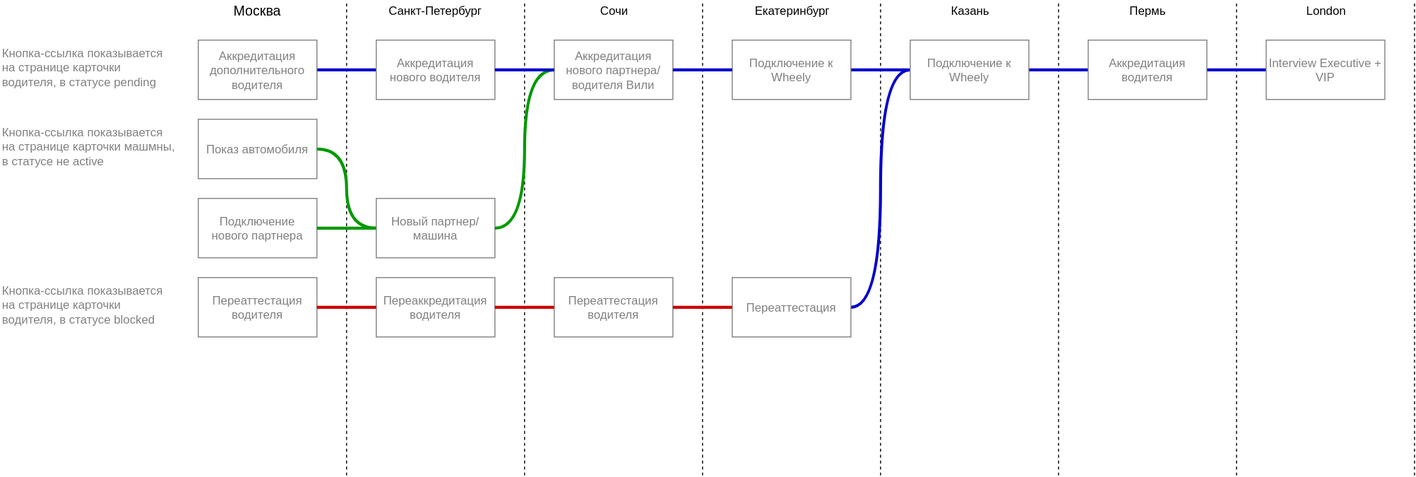
This is reservio.svg from ajile/draw-io, a draw.io export, as it was before one commit. Source tidied: cells renumbered, new cells last; positions are measured from the earlier drawing's top-left corner, leaving out a move shared by most shapes.
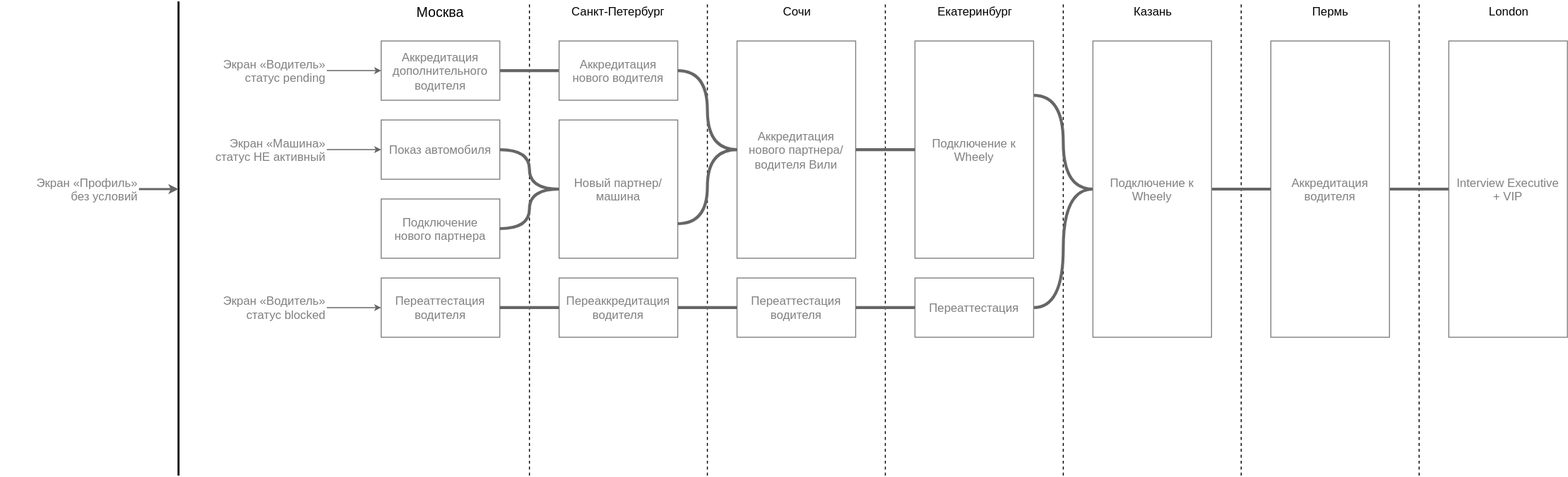
After the change.

Diff of the diagram source:
```diff
@@ -12,7 +12,7 @@
         <mxPoint x="350" as="targetPoint" />
       </mxGeometry>
     </mxCell>
-    <mxCell id="5" style="edgeStyle=orthogonalEdgeStyle;curved=1;rounded=0;html=1;entryX=0;entryY=0.5;startSize=2;endArrow=none;endFill=0;endSize=2;jettySize=auto;strokeColor=#0000CC;strokeWidth=3;fontSize=12;fontColor=#808080;" parent="2" edge="1" source="6" target="14">
+    <mxCell id="5" style="edgeStyle=orthogonalEdgeStyle;curved=1;rounded=0;html=1;entryX=0;entryY=0.5;startSize=2;endArrow=none;endFill=0;endSize=2;jettySize=auto;strokeColor=#666666;strokeWidth=3;fontSize=12;fontColor=#808080;" parent="2" edge="1" source="6" target="14">
       <mxGeometry relative="1" as="geometry" />
     </mxCell>
     <mxCell id="6" value="Аккредитация дополнительного водителя" style="rounded=0;whiteSpace=wrap;html=1;strokeColor=#808080;fontColor=#808080;fontSize=12;" parent="2" vertex="1">
@@ -24,7 +24,7 @@
     <mxCell id="8" value="Переаттестация водителя" style="rounded=0;whiteSpace=wrap;html=1;strokeColor=#808080;fontColor=#808080;fontSize=12;" parent="2" vertex="1">
       <mxGeometry x="200" y="280" width="120" height="60" as="geometry" />
     </mxCell>
-    <mxCell id="9" style="edgeStyle=orthogonalEdgeStyle;rounded=0;html=1;entryX=0;entryY=0.5;jettySize=auto;fontSize=12;fontColor=#808080;strokeColor=#009900;strokeWidth=3;curved=1;startSize=2;endSize=2;endArrow=none;endFill=0;" parent="2" edge="1" source="10" target="13">
+    <mxCell id="9" style="edgeStyle=orthogonalEdgeStyle;rounded=0;html=1;entryX=0;entryY=0.5;jettySize=auto;fontSize=12;fontColor=#808080;strokeColor=#666666;strokeWidth=3;curved=1;startSize=2;endSize=2;endArrow=none;endFill=0;" parent="2" edge="1" source="10" target="13">
       <mxGeometry relative="1" as="geometry" />
     </mxCell>
     <mxCell id="10" value="Показ автомобиля" style="rounded=0;whiteSpace=wrap;html=1;strokeColor=#808080;fontColor=#808080;fontSize=12;" parent="2" vertex="1">
@@ -40,7 +40,7 @@
       </mxGeometry>
     </mxCell>
     <mxCell id="13" value="Новый партнер/машина" style="rounded=0;whiteSpace=wrap;html=1;strokeColor=#808080;fontColor=#808080;fontSize=12;" parent="2" vertex="1">
-      <mxGeometry x="380" y="200" width="120" height="60" as="geometry" />
+      <mxGeometry x="380" y="120" width="120" height="140" as="geometry" />
     </mxCell>
     <mxCell id="14" value="Аккредитация нового водителя" style="rounded=0;whiteSpace=wrap;html=1;strokeColor=#808080;fontColor=#808080;fontSize=12;" parent="2" vertex="1">
       <mxGeometry x="380" y="40" width="120" height="60" as="geometry" />
@@ -61,7 +61,7 @@
       <mxGeometry x="560" y="280" width="120" height="60" as="geometry" />
     </mxCell>
     <mxCell id="19" value="Аккредитация нового партнера/водителя Вили" style="rounded=0;whiteSpace=wrap;html=1;strokeColor=#808080;fontColor=#808080;fontSize=12;" parent="2" vertex="1">
-      <mxGeometry x="560" y="40" width="120" height="60" as="geometry" />
+      <mxGeometry x="560" y="40" width="120" height="220" as="geometry" />
     </mxCell>
     <mxCell id="20" value="&lt;div style=&quot;text-align: left&quot;&gt;&lt;span&gt;Екатеринбург&lt;/span&gt;&lt;br&gt;&lt;/div&gt;" style="text;html=1;strokeColor=none;fillColor=none;align=center;verticalAlign=middle;whiteSpace=wrap;" parent="2" vertex="1">
       <mxGeometry x="740" width="120" height="20" as="geometry" />
@@ -72,17 +72,22 @@
         <mxPoint x="890" as="targetPoint" />
       </mxGeometry>
     </mxCell>
-    <mxCell id="22" style="edgeStyle=orthogonalEdgeStyle;curved=1;rounded=0;html=1;entryX=0;entryY=0.5;startSize=2;endArrow=none;endFill=0;endSize=2;jettySize=auto;strokeColor=#0000CC;strokeWidth=3;fontSize=12;fontColor=#808080;" parent="2" edge="1" source="23" target="29">
+    <mxCell id="22" style="edgeStyle=orthogonalEdgeStyle;curved=1;rounded=0;html=1;entryX=0;entryY=0.5;startSize=2;endArrow=none;endFill=0;endSize=2;jettySize=auto;strokeColor=#666666;strokeWidth=3;fontSize=12;fontColor=#808080;" parent="2" edge="1" source="23" target="29">
       <mxGeometry relative="1" as="geometry" />
     </mxCell>
     <mxCell id="23" value="Переаттестация" style="rounded=0;whiteSpace=wrap;html=1;strokeColor=#808080;fontColor=#808080;fontSize=12;" parent="2" vertex="1">
       <mxGeometry x="740" y="280" width="120" height="60" as="geometry" />
     </mxCell>
-    <mxCell id="24" style="edgeStyle=orthogonalEdgeStyle;curved=1;rounded=0;html=1;entryX=0;entryY=0.5;startSize=2;endArrow=none;endFill=0;endSize=2;jettySize=auto;strokeColor=#0000CC;strokeWidth=3;fontSize=12;fontColor=#808080;" parent="2" edge="1" source="25" target="29">
-      <mxGeometry relative="1" as="geometry" />
+    <mxCell id="24" style="edgeStyle=orthogonalEdgeStyle;curved=1;rounded=0;html=1;entryX=0;entryY=0.5;startSize=2;endArrow=none;endFill=0;endSize=2;jettySize=auto;strokeColor=#666666;strokeWidth=3;fontSize=12;fontColor=#808080;exitX=1;exitY=0.25;" parent="2" edge="1" source="25" target="29">
+      <mxGeometry relative="1" as="geometry">
+        <Array as="points">
+          <mxPoint x="890" y="95" />
+          <mxPoint x="890" y="190" />
+        </Array>
+      </mxGeometry>
     </mxCell>
     <mxCell id="25" value="Подключение к Wheely" style="rounded=0;whiteSpace=wrap;html=1;strokeColor=#808080;fontColor=#808080;fontSize=12;" parent="2" vertex="1">
-      <mxGeometry x="740" y="40" width="120" height="60" as="geometry" />
+      <mxGeometry x="740" y="40" width="120" height="220" as="geometry" />
     </mxCell>
     <mxCell id="26" value="&lt;div style=&quot;text-align: left&quot;&gt;Казань&lt;br&gt;&lt;/div&gt;" style="text;html=1;strokeColor=none;fillColor=none;align=center;verticalAlign=middle;whiteSpace=wrap;" parent="2" vertex="1">
       <mxGeometry x="920" width="120" height="20" as="geometry" />
@@ -93,11 +98,11 @@
         <mxPoint x="1070" as="targetPoint" />
       </mxGeometry>
     </mxCell>
-    <mxCell id="28" style="edgeStyle=orthogonalEdgeStyle;curved=1;rounded=0;html=1;startSize=2;endArrow=none;endFill=0;endSize=2;jettySize=auto;strokeColor=#0000CC;strokeWidth=3;fontSize=12;fontColor=#808080;" parent="2" edge="1" source="29" target="33">
+    <mxCell id="28" style="edgeStyle=orthogonalEdgeStyle;curved=1;rounded=0;html=1;startSize=2;endArrow=none;endFill=0;endSize=2;jettySize=auto;strokeColor=#666666;strokeWidth=3;fontSize=12;fontColor=#808080;" parent="2" edge="1" source="29" target="33">
       <mxGeometry relative="1" as="geometry" />
     </mxCell>
     <mxCell id="29" value="Подключение к Wheely" style="rounded=0;whiteSpace=wrap;html=1;strokeColor=#808080;fontColor=#808080;fontSize=12;" parent="2" vertex="1">
-      <mxGeometry x="920" y="40" width="120" height="60" as="geometry" />
+      <mxGeometry x="920" y="40" width="120" height="300" as="geometry" />
     </mxCell>
     <mxCell id="30" value="&lt;div style=&quot;text-align: left&quot;&gt;Пермь&lt;br&gt;&lt;/div&gt;" style="text;html=1;strokeColor=none;fillColor=none;align=center;verticalAlign=middle;whiteSpace=wrap;" parent="2" vertex="1">
       <mxGeometry x="1100" width="120" height="20" as="geometry" />
@@ -108,53 +113,75 @@
         <mxPoint x="1250" as="targetPoint" />
       </mxGeometry>
     </mxCell>
-    <mxCell id="32" style="edgeStyle=orthogonalEdgeStyle;curved=1;rounded=0;html=1;startSize=2;endArrow=none;endFill=0;endSize=2;jettySize=auto;strokeColor=#0000CC;strokeWidth=3;fontSize=12;fontColor=#808080;" parent="2" edge="1" source="33" target="36">
+    <mxCell id="32" style="edgeStyle=orthogonalEdgeStyle;curved=1;rounded=0;html=1;startSize=2;endArrow=none;endFill=0;endSize=2;jettySize=auto;strokeColor=#666666;strokeWidth=3;fontSize=12;fontColor=#808080;" parent="2" edge="1" source="33" target="36">
       <mxGeometry relative="1" as="geometry" />
     </mxCell>
     <mxCell id="33" value="Аккредитация водителя" style="rounded=0;whiteSpace=wrap;html=1;strokeColor=#808080;fontColor=#808080;fontSize=12;" parent="2" vertex="1">
-      <mxGeometry x="1100" y="40" width="120" height="60" as="geometry" />
+      <mxGeometry x="1100" y="40" width="120" height="300" as="geometry" />
     </mxCell>
     <mxCell id="34" value="&lt;div style=&quot;text-align: left&quot;&gt;London&lt;br&gt;&lt;/div&gt;" style="text;html=1;strokeColor=none;fillColor=none;align=center;verticalAlign=middle;whiteSpace=wrap;" parent="2" vertex="1">
       <mxGeometry x="1280" width="120" height="20" as="geometry" />
     </mxCell>
-    <mxCell id="35" style="endArrow=none;dashed=1;html=1;" parent="2" edge="1">
-      <mxGeometry relative="1" as="geometry">
-        <mxPoint x="1430" y="480" as="sourcePoint" />
-        <mxPoint x="1430" as="targetPoint" />
-      </mxGeometry>
-    </mxCell>
-    <mxCell id="36" value="Interview Executive + VIP" style="rounded=0;whiteSpace=wrap;html=1;strokeColor=#808080;fontColor=#808080;fontSize=12;" parent="2" vertex="1">
-      <mxGeometry x="1280" y="40" width="120" height="60" as="geometry" />
+    <mxCell id="36" value="Interview Executive&lt;div&gt;+ VIP&lt;/div&gt;" style="rounded=0;whiteSpace=wrap;html=1;strokeColor=#808080;fontColor=#808080;fontSize=12;" parent="2" vertex="1">
+      <mxGeometry x="1280" y="40" width="120" height="300" as="geometry" />
     </mxCell>
-    <mxCell id="37" style="edgeStyle=orthogonalEdgeStyle;rounded=0;html=1;entryX=0;entryY=0.5;jettySize=auto;fontSize=12;fontColor=#808080;strokeColor=#009900;strokeWidth=3;exitX=1;exitY=0.5;curved=1;startSize=2;endSize=2;endArrow=none;endFill=0;" parent="2" edge="1" source="7" target="13">
+    <mxCell id="37" style="edgeStyle=orthogonalEdgeStyle;rounded=0;html=1;entryX=0;entryY=0.5;jettySize=auto;fontSize=12;fontColor=#808080;strokeColor=#666666;strokeWidth=3;exitX=1;exitY=0.5;curved=1;startSize=2;endSize=2;endArrow=none;endFill=0;" parent="2" edge="1" source="7" target="13">
       <mxGeometry relative="1" as="geometry" />
     </mxCell>
-    <mxCell id="38" style="edgeStyle=orthogonalEdgeStyle;rounded=0;html=1;entryX=0;entryY=0.5;jettySize=auto;fontSize=12;fontColor=#808080;strokeColor=#CC0000;strokeWidth=3;exitX=1;exitY=0.5;curved=1;startSize=2;endSize=2;endArrow=none;endFill=0;" parent="2" edge="1" source="8" target="15">
+    <mxCell id="38" style="edgeStyle=orthogonalEdgeStyle;rounded=0;html=1;entryX=0;entryY=0.5;jettySize=auto;fontSize=12;fontColor=#808080;strokeColor=#666666;strokeWidth=3;exitX=1;exitY=0.5;curved=1;startSize=2;endSize=2;endArrow=none;endFill=0;" parent="2" edge="1" source="8" target="15">
       <mxGeometry relative="1" as="geometry" />
     </mxCell>
-    <mxCell id="39" style="edgeStyle=orthogonalEdgeStyle;rounded=0;html=1;entryX=0;entryY=0.5;jettySize=auto;fontSize=12;fontColor=#808080;strokeColor=#009900;strokeWidth=3;curved=1;startSize=2;endSize=2;endArrow=none;endFill=0;exitX=1;exitY=0.5;" parent="2" edge="1" source="13" target="19">
-      <mxGeometry relative="1" as="geometry" />
+    <mxCell id="39" style="edgeStyle=orthogonalEdgeStyle;rounded=0;html=1;entryX=0;entryY=0.5;jettySize=auto;fontSize=12;fontColor=#808080;strokeColor=#666666;strokeWidth=3;curved=1;startSize=2;endSize=2;endArrow=none;endFill=0;exitX=1;exitY=0.75;" parent="2" edge="1" source="13" target="19">
+      <mxGeometry relative="1" as="geometry">
+        <Array as="points">
+          <mxPoint x="530" y="225" />
+          <mxPoint x="530" y="150" />
+        </Array>
+      </mxGeometry>
     </mxCell>
-    <mxCell id="40" style="edgeStyle=orthogonalEdgeStyle;rounded=0;html=1;entryX=0;entryY=0.5;jettySize=auto;fontSize=12;fontColor=#808080;strokeColor=#CC0000;strokeWidth=3;exitX=1;exitY=0.5;curved=1;startSize=2;endSize=2;endArrow=none;endFill=0;" parent="2" edge="1" source="15" target="18">
+    <mxCell id="40" style="edgeStyle=orthogonalEdgeStyle;rounded=0;html=1;entryX=0;entryY=0.5;jettySize=auto;fontSize=12;fontColor=#808080;strokeColor=#666666;strokeWidth=3;exitX=1;exitY=0.5;curved=1;startSize=2;endSize=2;endArrow=none;endFill=0;" parent="2" edge="1" source="15" target="18">
       <mxGeometry relative="1" as="geometry" />
     </mxCell>
-    <mxCell id="41" style="edgeStyle=orthogonalEdgeStyle;rounded=0;html=1;entryX=0;entryY=0.5;jettySize=auto;fontSize=12;fontColor=#808080;strokeColor=#CC0000;strokeWidth=3;exitX=1;exitY=0.5;curved=1;startSize=2;endSize=2;endArrow=none;endFill=0;" parent="2" edge="1" source="18" target="23">
+    <mxCell id="41" style="edgeStyle=orthogonalEdgeStyle;rounded=0;html=1;entryX=0;entryY=0.5;jettySize=auto;fontSize=12;fontColor=#808080;strokeColor=#666666;strokeWidth=3;exitX=1;exitY=0.5;curved=1;startSize=2;endSize=2;endArrow=none;endFill=0;" parent="2" edge="1" source="18" target="23">
       <mxGeometry relative="1" as="geometry" />
     </mxCell>
-    <mxCell id="42" style="edgeStyle=orthogonalEdgeStyle;curved=1;rounded=0;html=1;entryX=0;entryY=0.5;startSize=2;endArrow=none;endFill=0;endSize=2;jettySize=auto;strokeColor=#0000CC;strokeWidth=3;fontSize=12;fontColor=#808080;exitX=1;exitY=0.5;" parent="2" edge="1" source="14" target="19">
+    <mxCell id="42" style="edgeStyle=orthogonalEdgeStyle;curved=1;rounded=0;html=1;entryX=0;entryY=0.5;startSize=2;endArrow=none;endFill=0;endSize=2;jettySize=auto;strokeColor=#666666;strokeWidth=3;fontSize=12;fontColor=#808080;exitX=1;exitY=0.5;" parent="2" edge="1" source="14" target="19">
       <mxGeometry relative="1" as="geometry" />
     </mxCell>
-    <mxCell id="43" style="edgeStyle=orthogonalEdgeStyle;curved=1;rounded=0;html=1;entryX=0;entryY=0.5;startSize=2;endArrow=none;endFill=0;endSize=2;jettySize=auto;strokeColor=#0000CC;strokeWidth=3;fontSize=12;fontColor=#808080;exitX=1;exitY=0.5;" parent="2" edge="1" source="19" target="25">
+    <mxCell id="43" style="edgeStyle=orthogonalEdgeStyle;curved=1;rounded=0;html=1;entryX=0;entryY=0.5;startSize=2;endArrow=none;endFill=0;endSize=2;jettySize=auto;strokeColor=#666666;strokeWidth=3;fontSize=12;fontColor=#808080;exitX=1;exitY=0.5;" parent="2" edge="1" source="19" target="25">
       <mxGeometry relative="1" as="geometry" />
     </mxCell>
+    <mxCell id="47" style="edgeStyle=orthogonalEdgeStyle;curved=1;rounded=0;html=1;entryX=0;entryY=0.5;startSize=4;endArrow=classic;endFill=1;endSize=4;jettySize=auto;strokeColor=#666666;strokeWidth=1;fontSize=12;fontColor=#808080;" parent="2" edge="1" source="44" target="6">
+      <mxGeometry relative="1" as="geometry" />
+    </mxCell>
-    <mxCell id="44" value="Кнопка-ссылка показывается на странице карточки водителя, в статусе pending" style="text;html=1;strokeColor=none;fillColor=none;align=left;verticalAlign=top;whiteSpace=wrap;fontSize=12;fontColor=#808080;horizontal=1;" parent="2" vertex="1">
-      <mxGeometry y="40" width="180" height="60" as="geometry" />
+    <mxCell id="44" value="Экран «Водитель»&lt;br&gt;статус pending" style="text;html=1;strokeColor=none;fillColor=none;align=right;verticalAlign=middle;whiteSpace=wrap;fontSize=12;fontColor=#808080;horizontal=1;" parent="2" vertex="1">
+      <mxGeometry x="5" y="40" width="140" height="60" as="geometry" />
     </mxCell>
-    <mxCell id="45" value="Кнопка-ссылка показывается на странице карточки машмны, в статусе не active" style="text;html=1;strokeColor=none;fillColor=none;align=left;verticalAlign=top;whiteSpace=wrap;fontSize=12;fontColor=#808080;horizontal=1;" parent="2" vertex="1">
-      <mxGeometry y="120" width="180" height="60" as="geometry" />
+    <mxCell id="45" value="&lt;div&gt;Экран «Машина»&lt;/div&gt;&lt;div&gt;статус НЕ активный&lt;/div&gt;" style="text;html=1;strokeColor=none;fillColor=none;align=right;verticalAlign=middle;whiteSpace=wrap;fontSize=12;fontColor=#808080;horizontal=1;" parent="2" vertex="1">
+      <mxGeometry x="5" y="120" width="140" height="60" as="geometry" />
     </mxCell>
-    <mxCell id="46" value="Кнопка-ссылка показывается на странице карточки водителя, в статусе blocked" style="text;html=1;strokeColor=none;fillColor=none;align=left;verticalAlign=top;whiteSpace=wrap;fontSize=12;fontColor=#808080;horizontal=1;" parent="2" vertex="1">
-      <mxGeometry y="280" width="180" height="60" as="geometry" />
+    <mxCell id="46" value="Экран «Водитель»&lt;br&gt;статус blocked&lt;br&gt;" style="text;html=1;strokeColor=none;fillColor=none;align=right;verticalAlign=middle;whiteSpace=wrap;fontSize=12;fontColor=#808080;horizontal=1;" parent="2" vertex="1">
+      <mxGeometry x="5" y="280" width="140" height="60" as="geometry" />
     </mxCell>
+    <mxCell id="48" style="edgeStyle=orthogonalEdgeStyle;curved=1;rounded=0;html=1;entryX=0;entryY=0.5;startSize=4;endArrow=classic;endFill=1;endSize=4;jettySize=auto;strokeColor=#666666;strokeWidth=1;fontSize=12;fontColor=#808080;exitX=1;exitY=0.5;" parent="2" edge="1" source="45" target="10">
+      <mxGeometry relative="1" as="geometry" />
+    </mxCell>
+    <mxCell id="49" style="edgeStyle=orthogonalEdgeStyle;curved=1;rounded=0;html=1;entryX=0;entryY=0.5;startSize=4;endArrow=classic;endFill=1;endSize=4;jettySize=auto;strokeColor=#666666;strokeWidth=1;fontSize=12;fontColor=#808080;exitX=1;exitY=0.5;" parent="2" edge="1" source="46" target="8">
+      <mxGeometry relative="1" as="geometry" />
+    </mxCell>
+    <mxCell id="50" style="endArrow=none;html=1;strokeWidth=2;" parent="2" edge="1">
+      <mxGeometry relative="1" as="geometry">
+        <mxPoint x="-5" y="480" as="sourcePoint" />
+        <mxPoint x="-5" as="targetPoint" />
+      </mxGeometry>
+    </mxCell>
+    <mxCell id="51" style="edgeStyle=orthogonalEdgeStyle;curved=1;rounded=0;html=1;startSize=4;endArrow=classic;endFill=1;endSize=4;jettySize=auto;strokeColor=#666666;strokeWidth=2;fontSize=12;fontColor=#808080;" parent="2" edge="1" source="52">
+      <mxGeometry relative="1" as="geometry">
+        <mxPoint x="-5" y="190" as="targetPoint" />
+      </mxGeometry>
+    </mxCell>
+    <mxCell id="52" value="&lt;div&gt;Экран «Профиль»&lt;/div&gt;&lt;div&gt;без условий&lt;/div&gt;" style="text;html=1;strokeColor=none;fillColor=none;align=right;verticalAlign=middle;whiteSpace=wrap;fontSize=12;fontColor=#808080;horizontal=1;" parent="2" vertex="1">
+      <mxGeometry x="-185" y="160" width="140" height="60" as="geometry" />
+    </mxCell>
   </root>
 </mxGraphModel>
```
